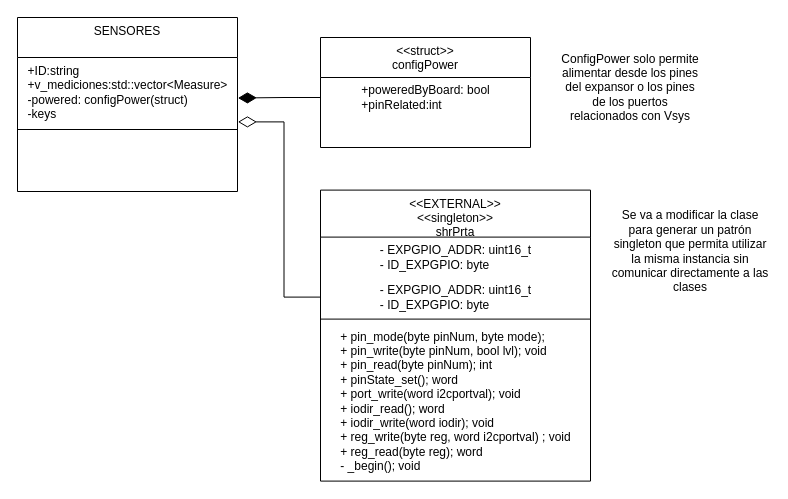
includeFoG/DLG keeps this draw.io diagram as page "Sensores" (2 of 2) of Documents/Diagrama_clases.drawio. Above is the earlier version. Source tidied: cells renumbered, new cells numbered last; positions are measured from the earlier drawing's top-left corner, leaving out a move shared by most shapes. Both pictures are drawn from the tidied source at 100%, with x=0, y=0 at pixel (17, 17).
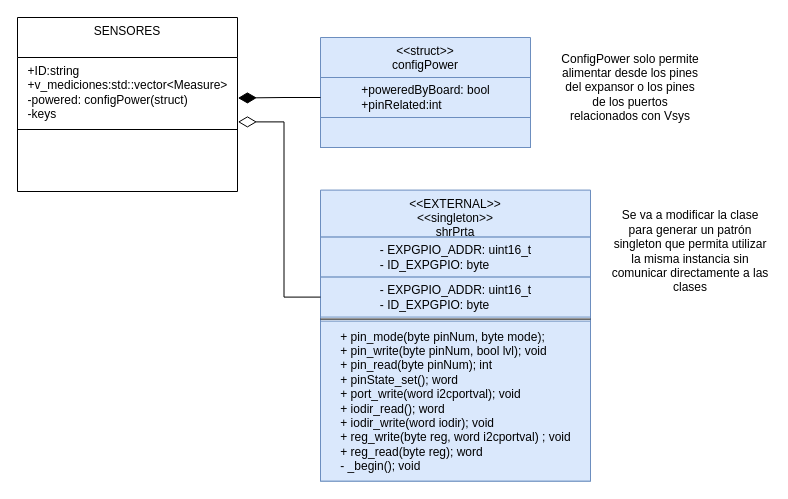
After the change.

What changed in the source:
```diff
@@
 <mxGraphModel>
   <root>
     <mxCell id="0" />
     <mxCell id="1" parent="0" />
     <mxCell id="2" value="SENSORES" style="swimlane;fontStyle=0;align=center;verticalAlign=top;horizontal=1;startSize=40;rounded=0;shadow=0;strokeWidth=1;" parent="1" vertex="1">
       <mxGeometry width="220" height="174" as="geometry" />
     </mxCell>
     <mxCell id="3" value="&lt;div style=&quot;text-align: justify;&quot;&gt;+ID:string&lt;/div&gt;&lt;div style=&quot;text-align: justify;&quot;&gt;+v_mediciones:std::vector&amp;lt;Measure&amp;gt;&lt;/div&gt;&lt;div style=&quot;text-align: justify;&quot;&gt;-powered: configPower(struct)&lt;/div&gt;&lt;div style=&quot;text-align: justify;&quot;&gt;-keys&lt;/div&gt;" style="text;html=1;align=center;verticalAlign=middle;points=[];strokeColor=none;fillColor=none;" parent="2" vertex="1">
       <mxGeometry y="40" width="220" height="70" as="geometry" />
     </mxCell>
     <mxCell id="4" style="line;html=1;strokeWidth=1;align=left;verticalAlign=middle;spacingTop=-1;spacingLeft=3;spacingRight=3;labelPosition=right;" parent="2" vertex="1">
       <mxGeometry y="110" width="220" height="4" as="geometry" />
     </mxCell>
     <mxCell id="5" value="&lt;div style=&quot;text-align: justify;&quot;&gt;&lt;br&gt;&lt;/div&gt;" style="text;html=1;align=center;verticalAlign=middle;strokeColor=none;fillColor=none;" parent="2" vertex="1">
       <mxGeometry y="114" width="220" height="30" as="geometry" />
     </mxCell>
     <mxCell id="6" value="&lt;div style=&quot;text-align: justify;&quot;&gt;&lt;br&gt;&lt;/div&gt;" style="text;html=1;align=center;verticalAlign=middle;strokeColor=none;fillColor=none;" parent="2" vertex="1">
       <mxGeometry y="144" width="220" height="30" as="geometry" />
     </mxCell>
-    <mxCell id="7" value="&lt;&lt;struct&gt;&gt;&#10;configPower" style="swimlane;fontStyle=0;align=center;verticalAlign=top;horizontal=1;startSize=40;rounded=0;shadow=0;strokeWidth=1;" parent="1" vertex="1">
+    <mxCell id="7" value="&lt;&lt;struct&gt;&gt;&#10;configPower" style="swimlane;fontStyle=0;align=center;verticalAlign=top;horizontal=1;startSize=40;rounded=0;shadow=0;strokeWidth=1;fillColor=#dae8fc;strokeColor=#6c8ebf;" parent="1" vertex="1">
       <mxGeometry x="303" y="20" width="210" height="110" as="geometry" />
     </mxCell>
-    <mxCell id="8" value="&lt;div style=&quot;text-align: justify;&quot;&gt;+poweredByBoard: bool&lt;/div&gt;&lt;div style=&quot;text-align: justify;&quot;&gt;+pinRelated:int&lt;/div&gt;" style="text;html=1;align=center;verticalAlign=middle;points=[];strokeColor=none;fillColor=none;" parent="7" vertex="1">
+    <mxCell id="8" value="&lt;div style=&quot;text-align: justify;&quot;&gt;+poweredByBoard: bool&lt;/div&gt;&lt;div style=&quot;text-align: justify;&quot;&gt;+pinRelated:int&lt;/div&gt;" style="text;html=1;align=center;verticalAlign=middle;points=[];strokeColor=#6c8ebf;fillColor=#dae8fc;" parent="7" vertex="1">
       <mxGeometry y="40" width="210" height="40" as="geometry" />
     </mxCell>
-    <mxCell id="9" value="&lt;div style=&quot;text-align: justify;&quot;&gt;&lt;br&gt;&lt;/div&gt;" style="text;html=1;align=center;verticalAlign=middle;strokeColor=none;fillColor=none;" parent="7" vertex="1">
+    <mxCell id="9" value="&lt;div style=&quot;text-align: justify;&quot;&gt;&lt;br&gt;&lt;/div&gt;" style="text;html=1;align=center;verticalAlign=middle;strokeColor=#6c8ebf;fillColor=#dae8fc;" parent="7" vertex="1">
       <mxGeometry y="80" width="210" height="30" as="geometry" />
     </mxCell>
     <mxCell id="10" style="edgeStyle=orthogonalEdgeStyle;rounded=0;jettySize=auto;html=1;entryX=1.002;entryY=0.579;entryDx=0;entryDy=0;entryPerimeter=0;endSize=16;endArrow=diamondThin;endFill=1;" parent="1" edge="1" source="8" target="3">
       <mxGeometry relative="1" as="geometry" />
     </mxCell>
-    <mxCell id="11" value="&lt;&lt;EXTERNAL&gt;&gt;&#10;&lt;&lt;singleton&gt;&gt;&#10;shrPrta" style="swimlane;fontStyle=0;align=center;verticalAlign=top;horizontal=1;startSize=47;rounded=0;shadow=0;strokeWidth=1;" parent="1" vertex="1">
+    <mxCell id="11" value="&lt;&lt;EXTERNAL&gt;&gt;&#10;&lt;&lt;singleton&gt;&gt;&#10;shrPrta" style="swimlane;fontStyle=0;align=center;verticalAlign=top;horizontal=1;startSize=47;rounded=0;shadow=0;strokeWidth=1;fillColor=#dae8fc;strokeColor=#6c8ebf;" parent="1" vertex="1">
       <mxGeometry x="303" y="172.6" width="270" height="291" as="geometry" />
     </mxCell>
-    <mxCell id="12" value="&lt;div style=&quot;text-align: justify;&quot;&gt;- EXPGPIO_ADDR: uint16_t&lt;/div&gt;&lt;div style=&quot;text-align: justify;&quot;&gt;- ID_EXPGPIO: byte&lt;/div&gt;" style="text;html=1;align=center;verticalAlign=middle;strokeColor=none;fillColor=none;" parent="11" vertex="1">
+    <mxCell id="12" value="&lt;div style=&quot;text-align: justify;&quot;&gt;- EXPGPIO_ADDR: uint16_t&lt;/div&gt;&lt;div style=&quot;text-align: justify;&quot;&gt;- ID_EXPGPIO: byte&lt;/div&gt;" style="text;html=1;align=center;verticalAlign=middle;strokeColor=#6c8ebf;fillColor=#dae8fc;" parent="11" vertex="1">
       <mxGeometry y="47" width="270" height="40" as="geometry" />
     </mxCell>
-    <mxCell id="13" value="&lt;div style=&quot;text-align: justify;&quot;&gt;- EXPGPIO_ADDR: uint16_t&lt;/div&gt;&lt;div style=&quot;text-align: justify;&quot;&gt;- ID_EXPGPIO: byte&lt;/div&gt;" style="text;html=1;align=center;verticalAlign=middle;points=[];strokeColor=none;fillColor=none;" parent="11" vertex="1">
+    <mxCell id="13" value="&lt;div style=&quot;text-align: justify;&quot;&gt;- EXPGPIO_ADDR: uint16_t&lt;/div&gt;&lt;div style=&quot;text-align: justify;&quot;&gt;- ID_EXPGPIO: byte&lt;/div&gt;" style="text;html=1;align=center;verticalAlign=middle;points=[];strokeColor=#6c8ebf;fillColor=#dae8fc;" parent="11" vertex="1">
       <mxGeometry y="87" width="270" height="40" as="geometry" />
     </mxCell>
     <mxCell id="14" style="line;html=1;strokeWidth=1;align=left;verticalAlign=middle;spacingTop=-1;spacingLeft=3;spacingRight=3;labelPosition=right;" parent="11" vertex="1">
       <mxGeometry y="127" width="270" height="4" as="geometry" />
     </mxCell>
-    <mxCell id="15" value="&lt;div style=&quot;text-align: justify;&quot;&gt;&lt;span style=&quot;background-color: initial;&quot;&gt;+ pin_mode(byte pinNum, byte mode);&lt;/span&gt;&lt;/div&gt;&lt;div style=&quot;text-align: justify;&quot;&gt;+ pin_write(byte pinNum, bool lvl); void&lt;/div&gt;&lt;div style=&quot;text-align: justify;&quot;&gt;+ pin_read(byte pinNum); int&lt;/div&gt;&lt;div style=&quot;text-align: justify;&quot;&gt;+ pinState_set(); word&lt;/div&gt;&lt;div style=&quot;text-align: justify;&quot;&gt;+ port_write(word i2cportval); void&lt;/div&gt;&lt;div style=&quot;text-align: justify;&quot;&gt;+ iodir_read(); word&lt;/div&gt;&lt;div style=&quot;text-align: justify;&quot;&gt;+ iodir_write(word iodir); void&lt;/div&gt;&lt;div style=&quot;text-align: justify;&quot;&gt;+ reg_write(byte reg, word i2cportval) ; void&lt;/div&gt;&lt;div style=&quot;text-align: justify;&quot;&gt;+ reg_read(byte reg); word&lt;/div&gt;&lt;div style=&quot;text-align: justify;&quot;&gt;- _begin(); void&lt;/div&gt;" style="text;html=1;align=center;verticalAlign=middle;strokeColor=none;fillColor=none;" parent="11" vertex="1">
+    <mxCell id="15" value="&lt;div style=&quot;text-align: justify;&quot;&gt;&lt;span style=&quot;background-color: initial;&quot;&gt;+ pin_mode(byte pinNum, byte mode);&lt;/span&gt;&lt;/div&gt;&lt;div style=&quot;text-align: justify;&quot;&gt;+ pin_write(byte pinNum, bool lvl); void&lt;/div&gt;&lt;div style=&quot;text-align: justify;&quot;&gt;+ pin_read(byte pinNum); int&lt;/div&gt;&lt;div style=&quot;text-align: justify;&quot;&gt;+ pinState_set(); word&lt;/div&gt;&lt;div style=&quot;text-align: justify;&quot;&gt;+ port_write(word i2cportval); void&lt;/div&gt;&lt;div style=&quot;text-align: justify;&quot;&gt;+ iodir_read(); word&lt;/div&gt;&lt;div style=&quot;text-align: justify;&quot;&gt;+ iodir_write(word iodir); void&lt;/div&gt;&lt;div style=&quot;text-align: justify;&quot;&gt;+ reg_write(byte reg, word i2cportval) ; void&lt;/div&gt;&lt;div style=&quot;text-align: justify;&quot;&gt;+ reg_read(byte reg); word&lt;/div&gt;&lt;div style=&quot;text-align: justify;&quot;&gt;- _begin(); void&lt;/div&gt;" style="text;html=1;align=center;verticalAlign=middle;strokeColor=#6c8ebf;fillColor=#dae8fc;" parent="11" vertex="1">
       <mxGeometry y="131" width="270" height="160" as="geometry" />
     </mxCell>
     <mxCell id="16" value="Se va a modificar la clase para generar un patrón singleton que permita utilizar la misma instancia sin comunicar directamente a las clases" style="text;html=1;align=center;verticalAlign=middle;whiteSpace=wrap;rounded=0;" parent="1" vertex="1">
       <mxGeometry x="593" y="174" width="160" height="120" as="geometry" />
     </mxCell>
     <mxCell id="17" value="ConfigPower solo permite alimentar desde los pines del expansor o los pines de los puertos relacionados con Vsys" style="text;html=1;align=center;verticalAlign=middle;whiteSpace=wrap;rounded=0;" parent="1" vertex="1">
       <mxGeometry x="543" y="30" width="140" height="80" as="geometry" />
     </mxCell>
     <mxCell id="18" style="edgeStyle=orthogonalEdgeStyle;rounded=0;jettySize=auto;html=1;entryX=1.002;entryY=0.92;entryDx=0;entryDy=0;entryPerimeter=0;endArrow=diamondThin;endFill=0;endSize=16;" parent="1" edge="1" source="13" target="3">
       <mxGeometry relative="1" as="geometry" />
     </mxCell>
   </root>
 </mxGraphModel>
```
